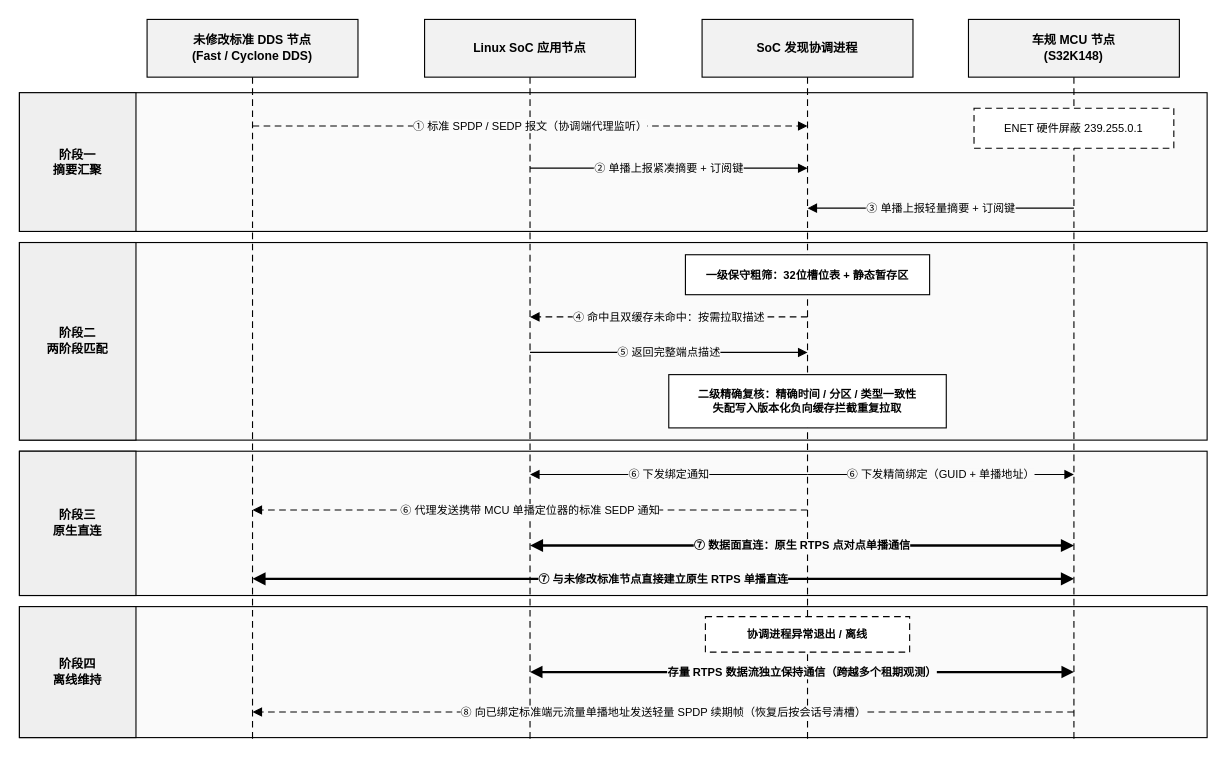
This is page "图3_发现交互时序图" (3 of 6) of 开题初稿2.drawio from fansunjia-glitch/dds_control, a draw.io file, before an edit. Source tidied: cells renumbered, new cells numbered last; positions are measured from the earlier drawing's top-left corner, leaving out a move shared by most shapes. Both pictures are drawn from the tidied source at 111%, with x=0, y=0 at pixel (19, 19).
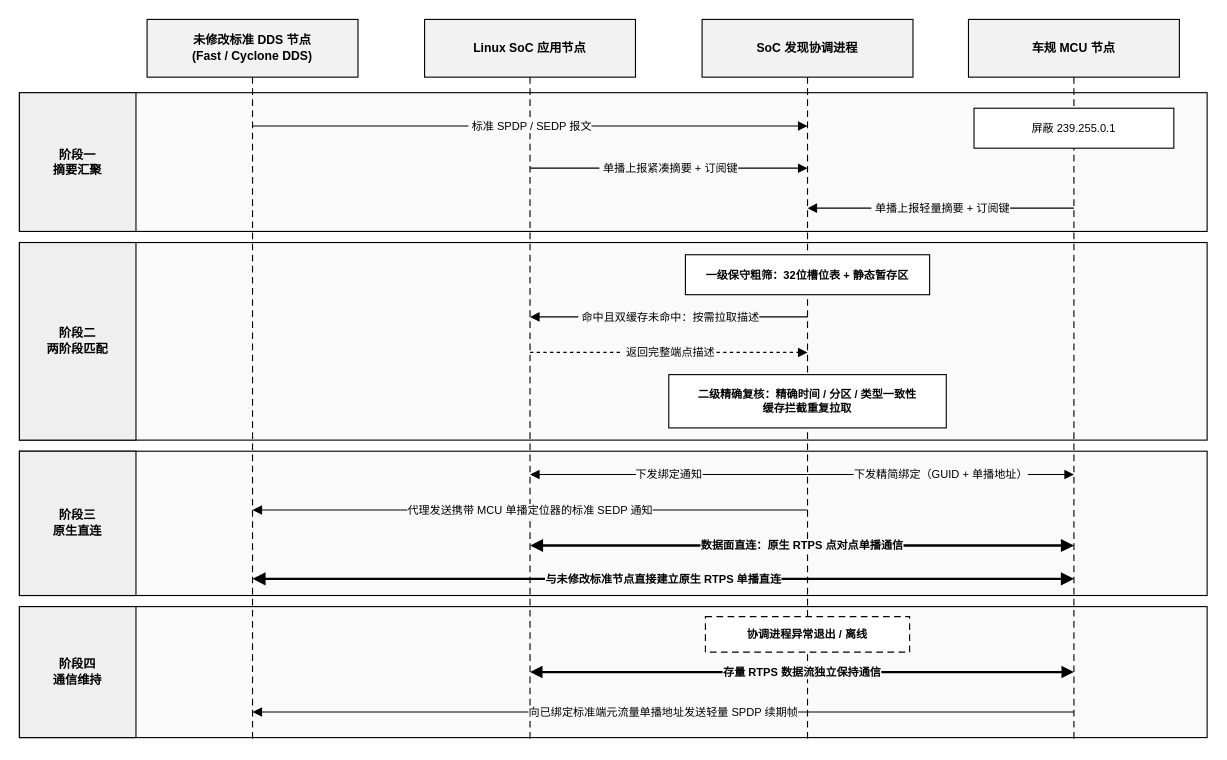
The same page after the edit.

Diff of the diagram source:
```diff
@@
-    <mxCell id="9" value="阶段四&lt;br&gt;离线维持" style="rounded=0;whiteSpace=wrap;html=1;fillColor=#EFEFEF;strokeColor=#000000;fontColor=#000000;fontFamily=Microsoft YaHei;fontSize=11;fontStyle=1;" parent="1" vertex="1">
+    <mxCell id="9" value="阶段四&lt;br&gt;通信维持" style="rounded=0;whiteSpace=wrap;html=1;fillColor=#EFEFEF;strokeColor=#000000;fontColor=#000000;fontFamily=Microsoft YaHei;fontSize=11;fontStyle=1;" parent="1" vertex="1">
       <mxGeometry y="529" width="105" height="118" as="geometry" />
     </mxCell>
@@
-    <mxCell id="16" value="车规 MCU 节点&lt;br&gt;(S32K148)" style="rounded=0;whiteSpace=wrap;html=1;fillColor=#F2F2F2;strokeColor=#000000;fontColor=#000000;fontFamily=Microsoft YaHei;fontSize=11;fontStyle=1;" parent="1" vertex="1">
+    <mxCell id="16" value="车规 MCU 节点" style="rounded=0;whiteSpace=wrap;html=1;fillColor=#F2F2F2;strokeColor=#000000;fontColor=#000000;fontFamily=Microsoft YaHei;fontSize=11;fontStyle=1;" parent="1" vertex="1">
       <mxGeometry x="855" width="190" height="52" as="geometry" />
     </mxCell>
@@
-    <mxCell id="18" value="① 标准 SPDP / SEDP 报文（协调端代理监听）" style="html=1;strokeColor=#000000;fontColor=#000000;fontFamily=Microsoft YaHei;fontSize=10;dashed=1;dashPattern=6 4;endArrow=block;endFill=1;startArrow=none;labelBackgroundColor=#FAFAFA;" parent="1" edge="1">
+    <mxCell id="18" value="&amp;nbsp;标准 SPDP / SEDP 报文" style="html=1;strokeColor=#000000;fontColor=#000000;fontFamily=Microsoft YaHei;fontSize=10;endArrow=block;endFill=1;startArrow=none;labelBackgroundColor=#FAFAFA;" parent="1" edge="1">
       <mxGeometry relative="1" as="geometry">
         <mxPoint x="210" y="96" as="sourcePoint" />
         <mxPoint x="710" y="96" as="targetPoint" />
       </mxGeometry>
     </mxCell>
-    <mxCell id="19" value="ENET 硬件屏蔽 239.255.0.1" style="rounded=0;whiteSpace=wrap;html=1;fillColor=#FFFFFF;strokeColor=#000000;fontColor=#000000;fontFamily=Microsoft YaHei;fontSize=10;dashed=1;dashPattern=6 4;" parent="1" vertex="1">
+    <mxCell id="19" value="屏蔽 239.255.0.1" style="rounded=0;whiteSpace=wrap;html=1;fontFamily=Microsoft YaHei;fontSize=10;" parent="1" vertex="1">
       <mxGeometry x="860" y="80" width="180" height="36" as="geometry" />
     </mxCell>
-    <mxCell id="20" value="② 单播上报紧凑摘要 + 订阅键" style="html=1;strokeColor=#000000;fontColor=#000000;fontFamily=Microsoft YaHei;fontSize=10;endArrow=block;endFill=1;startArrow=none;labelBackgroundColor=#FAFAFA;" parent="1" edge="1">
+    <mxCell id="20" value="&amp;nbsp;单播上报紧凑摘要 + 订阅键" style="html=1;strokeColor=#000000;fontColor=#000000;fontFamily=Microsoft YaHei;fontSize=10;endArrow=block;endFill=1;startArrow=none;labelBackgroundColor=#FAFAFA;" parent="1" edge="1">
       <mxGeometry relative="1" as="geometry">
         <mxPoint x="460" y="134" as="sourcePoint" />
         <mxPoint x="710" y="134" as="targetPoint" />
       </mxGeometry>
     </mxCell>
-    <mxCell id="21" value="③ 单播上报轻量摘要 + 订阅键" style="html=1;strokeColor=#000000;fontColor=#000000;fontFamily=Microsoft YaHei;fontSize=10;endArrow=block;endFill=1;startArrow=none;labelBackgroundColor=#FAFAFA;" parent="1" edge="1">
+    <mxCell id="21" value="&amp;nbsp;单播上报轻量摘要 + 订阅键" style="html=1;strokeColor=#000000;fontColor=#000000;fontFamily=Microsoft YaHei;fontSize=10;endArrow=block;endFill=1;startArrow=none;labelBackgroundColor=#FAFAFA;" parent="1" edge="1">
       <mxGeometry relative="1" as="geometry">
         <mxPoint x="950" y="170" as="sourcePoint" />
         <mxPoint x="710" y="170" as="targetPoint" />
       </mxGeometry>
     </mxCell>
@@
-    <mxCell id="23" value="④ 命中且双缓存未命中：按需拉取描述" style="html=1;strokeColor=#000000;fontColor=#000000;fontFamily=Microsoft YaHei;fontSize=10;dashed=1;dashPattern=6 4;endArrow=block;endFill=1;startArrow=none;labelBackgroundColor=#FAFAFA;" parent="1" edge="1">
+    <mxCell id="23" value="&amp;nbsp;命中且双缓存未命中：按需拉取描述" style="html=1;strokeColor=#000000;fontColor=#000000;fontFamily=Microsoft YaHei;fontSize=10;endArrow=block;endFill=1;startArrow=none;labelBackgroundColor=#FAFAFA;" parent="1" edge="1">
       <mxGeometry relative="1" as="geometry">
         <mxPoint x="710" y="268" as="sourcePoint" />
         <mxPoint x="460" y="268" as="targetPoint" />
       </mxGeometry>
     </mxCell>
-    <mxCell id="24" value="⑤ 返回完整端点描述" style="html=1;strokeColor=#000000;fontColor=#000000;fontFamily=Microsoft YaHei;fontSize=10;endArrow=block;endFill=1;startArrow=none;labelBackgroundColor=#FAFAFA;" parent="1" edge="1">
+    <mxCell id="24" value="&amp;nbsp;返回完整端点描述" style="html=1;strokeColor=#000000;fontColor=#000000;fontFamily=Microsoft YaHei;fontSize=10;endArrow=block;endFill=1;startArrow=none;labelBackgroundColor=#FAFAFA;dashed=1;" parent="1" edge="1">
       <mxGeometry relative="1" as="geometry">
         <mxPoint x="460" y="300" as="sourcePoint" />
         <mxPoint x="710" y="300" as="targetPoint" />
       </mxGeometry>
     </mxCell>
-    <mxCell id="25" value="二级精确复核：精确时间 / 分区 / 类型一致性&lt;br&gt;失配写入版本化负向缓存拦截重复拉取" style="rounded=0;whiteSpace=wrap;html=1;fillColor=#FFFFFF;strokeColor=#000000;fontColor=#000000;fontFamily=Microsoft YaHei;fontSize=10;fontStyle=1;" parent="1" vertex="1">
+    <mxCell id="25" value="二级精确复核：精确时间 / 分区 / 类型一致性&lt;br&gt;缓存拦截重复拉取" style="rounded=0;whiteSpace=wrap;html=1;fillColor=#FFFFFF;strokeColor=#000000;fontColor=#000000;fontFamily=Microsoft YaHei;fontSize=10;fontStyle=1;" parent="1" vertex="1">
       <mxGeometry x="585" y="320" width="250" height="48" as="geometry" />
     </mxCell>
-    <mxCell id="26" value="⑥ 下发绑定通知" style="html=1;strokeColor=#000000;fontColor=#000000;fontFamily=Microsoft YaHei;fontSize=10;endArrow=block;endFill=1;startArrow=none;labelBackgroundColor=#FAFAFA;" parent="1" edge="1">
+    <mxCell id="26" value="下发绑定通知" style="html=1;strokeColor=#000000;fontColor=#000000;fontFamily=Microsoft YaHei;fontSize=10;endArrow=block;endFill=1;startArrow=none;labelBackgroundColor=#FAFAFA;" parent="1" edge="1">
       <mxGeometry relative="1" as="geometry">
         <mxPoint x="710" y="410" as="sourcePoint" />
         <mxPoint x="460" y="410" as="targetPoint" />
       </mxGeometry>
     </mxCell>
-    <mxCell id="27" value="⑥ 下发精简绑定（GUID + 单播地址）" style="html=1;strokeColor=#000000;fontColor=#000000;fontFamily=Microsoft YaHei;fontSize=10;endArrow=block;endFill=1;startArrow=none;labelBackgroundColor=#FAFAFA;" parent="1" edge="1">
+    <mxCell id="27" value="下发精简绑定（GUID + 单播地址）" style="html=1;strokeColor=#000000;fontColor=#000000;fontFamily=Microsoft YaHei;fontSize=10;endArrow=block;endFill=1;startArrow=none;labelBackgroundColor=#FAFAFA;" parent="1" edge="1">
       <mxGeometry relative="1" as="geometry">
         <mxPoint x="710" y="410" as="sourcePoint" />
         <mxPoint x="950" y="410" as="targetPoint" />
       </mxGeometry>
     </mxCell>
-    <mxCell id="28" value="⑥ 代理发送携带 MCU 单播定位器的标准 SEDP 通知" style="html=1;strokeColor=#000000;fontColor=#000000;fontFamily=Microsoft YaHei;fontSize=10;dashed=1;dashPattern=6 4;endArrow=block;endFill=1;startArrow=none;labelBackgroundColor=#FAFAFA;" parent="1" edge="1">
+    <mxCell id="28" value="代理发送携带 MCU 单播定位器的标准 SEDP 通知" style="html=1;strokeColor=#000000;fontColor=#000000;fontFamily=Microsoft YaHei;fontSize=10;endArrow=block;endFill=1;startArrow=none;labelBackgroundColor=#FAFAFA;" parent="1" edge="1">
       <mxGeometry relative="1" as="geometry">
         <mxPoint x="710" y="442" as="sourcePoint" />
         <mxPoint x="210" y="442" as="targetPoint" />
       </mxGeometry>
     </mxCell>
-    <mxCell id="29" value="⑦ 数据面直连：原生 RTPS 点对点单播通信" style="html=1;strokeColor=#000000;fontColor=#000000;fontFamily=Microsoft YaHei;fontSize=10;strokeWidth=2.2;endArrow=block;endFill=1;startArrow=block;startFill=1;fontStyle=1;labelBackgroundColor=#FAFAFA;" parent="1" edge="1">
+    <mxCell id="29" value="数据面直连：原生 RTPS 点对点单播通信" style="html=1;strokeColor=#000000;fontColor=#000000;fontFamily=Microsoft YaHei;fontSize=10;strokeWidth=2.2;endArrow=block;endFill=1;startArrow=block;startFill=1;fontStyle=1;labelBackgroundColor=#FAFAFA;" parent="1" edge="1">
       <mxGeometry relative="1" as="geometry">
         <mxPoint x="460" y="474" as="sourcePoint" />
         <mxPoint x="950" y="474" as="targetPoint" />
       </mxGeometry>
     </mxCell>
-    <mxCell id="30" value="⑦ 与未修改标准节点直接建立原生 RTPS 单播直连" style="html=1;strokeColor=#000000;fontColor=#000000;fontFamily=Microsoft YaHei;fontSize=10;strokeWidth=2.2;endArrow=block;endFill=1;startArrow=block;startFill=1;fontStyle=1;labelBackgroundColor=#FAFAFA;" parent="1" edge="1">
+    <mxCell id="30" value="与未修改标准节点直接建立原生 RTPS 单播直连" style="html=1;strokeColor=#000000;fontColor=#000000;fontFamily=Microsoft YaHei;fontSize=10;strokeWidth=2.2;endArrow=block;endFill=1;startArrow=block;startFill=1;fontStyle=1;labelBackgroundColor=#FAFAFA;" parent="1" edge="1">
       <mxGeometry relative="1" as="geometry">
         <mxPoint x="210" y="504" as="sourcePoint" />
         <mxPoint x="950" y="504" as="targetPoint" />
       </mxGeometry>
     </mxCell>
@@
-    <mxCell id="32" value="存量 RTPS 数据流独立保持通信（跨越多个租期观测）" style="html=1;strokeColor=#000000;fontColor=#000000;fontFamily=Microsoft YaHei;fontSize=10;strokeWidth=2.0;endArrow=block;endFill=1;startArrow=block;startFill=1;fontStyle=1;labelBackgroundColor=#FAFAFA;" parent="1" edge="1">
+    <mxCell id="32" value="存量 RTPS 数据流独立保持通信" style="html=1;strokeColor=#000000;fontColor=#000000;fontFamily=Microsoft YaHei;fontSize=10;strokeWidth=2.0;endArrow=block;endFill=1;startArrow=block;startFill=1;fontStyle=1;labelBackgroundColor=#FAFAFA;" parent="1" edge="1">
       <mxGeometry relative="1" as="geometry">
         <mxPoint x="460" y="588" as="sourcePoint" />
         <mxPoint x="950" y="588" as="targetPoint" />
       </mxGeometry>
     </mxCell>
-    <mxCell id="33" value="⑧ 向已绑定标准端元流量单播地址发送轻量 SPDP 续期帧（恢复后按会话号清槽）" style="html=1;strokeColor=#000000;fontColor=#000000;fontFamily=Microsoft YaHei;fontSize=10;dashed=1;dashPattern=6 4;endArrow=block;endFill=1;startArrow=none;labelBackgroundColor=#FAFAFA;" parent="1" edge="1">
+    <mxCell id="33" value="向已绑定标准端元流量单播地址发送轻量 SPDP 续期帧" style="html=1;strokeColor=#000000;fontColor=#000000;fontFamily=Microsoft YaHei;fontSize=10;endArrow=block;endFill=1;startArrow=none;labelBackgroundColor=#FAFAFA;" parent="1" edge="1">
       <mxGeometry relative="1" as="geometry">
         <mxPoint x="950" y="624" as="sourcePoint" />
         <mxPoint x="210" y="624" as="targetPoint" />
       </mxGeometry>
     </mxCell>
```
